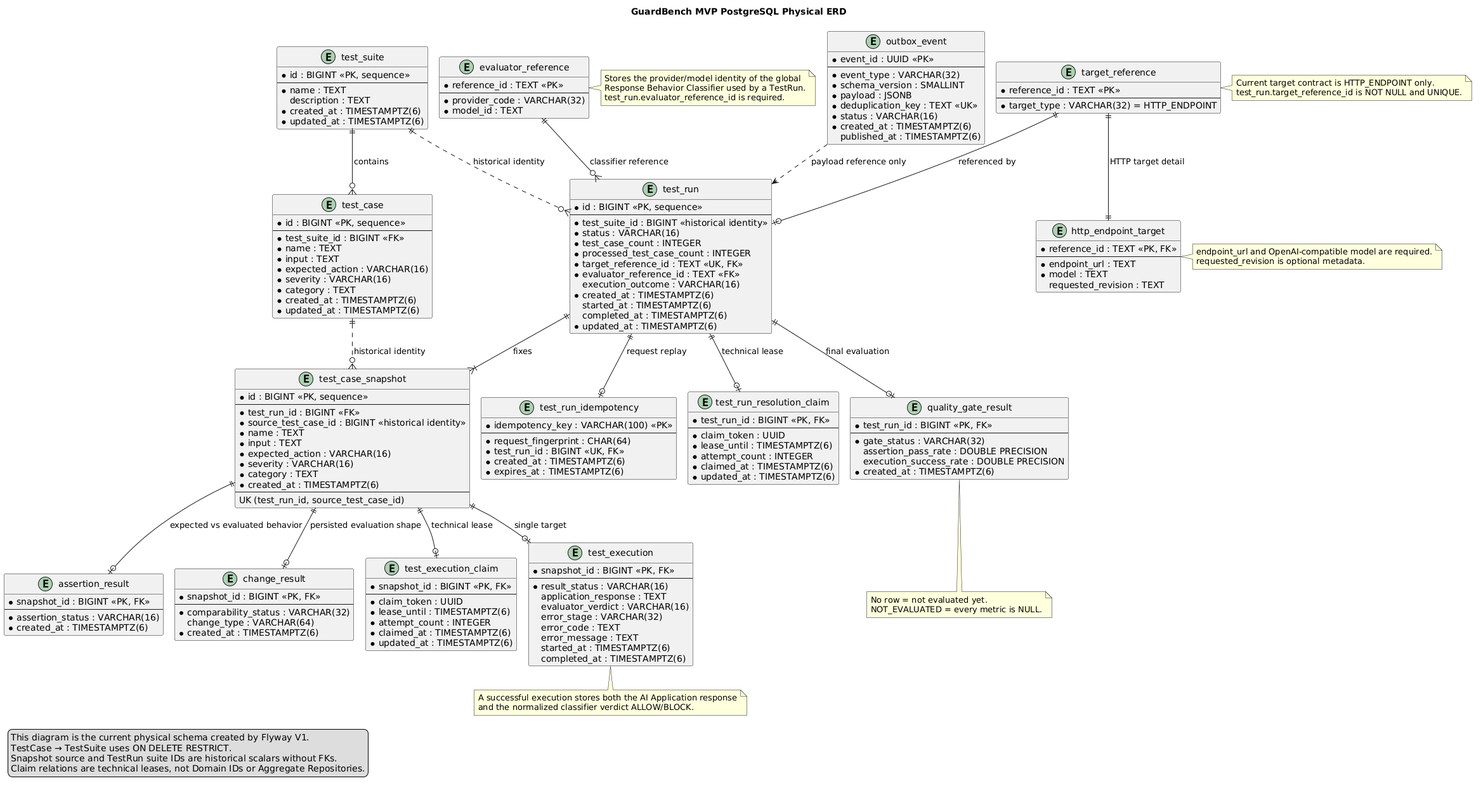
Before: docs/diagrams/guardbench-mvp-physical-erd.png, a diagram exported from PlantUML (GuardBench/guardbench-backend).
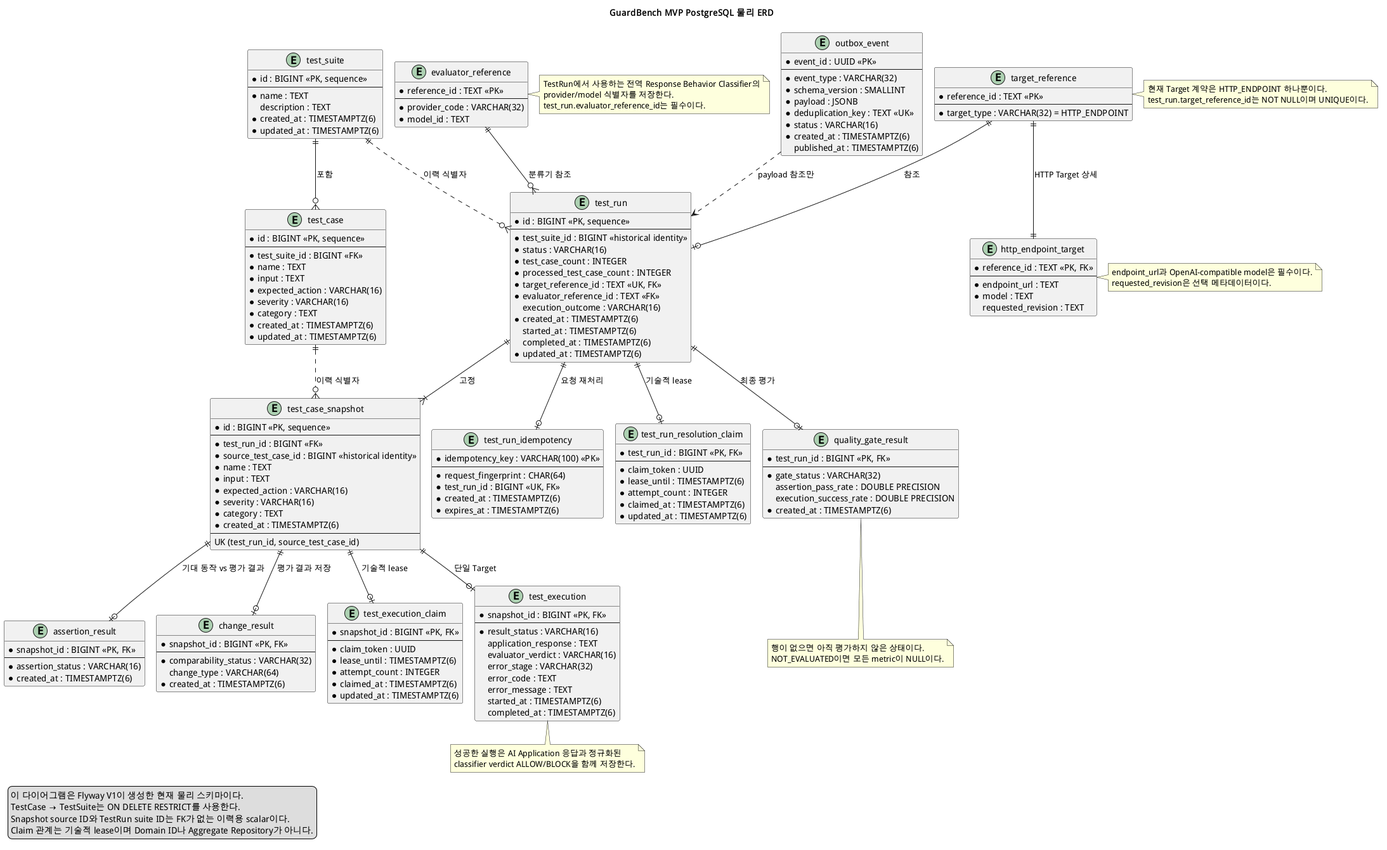
The same file after the commit.

Commit message:
docs(erd): localize physical ERD annotations

What changed in the source:
```diff
@@ -1,11 +1,12 @@
 @startuml
 !pragma layout smetana
-title GuardBench MVP PostgreSQL Physical ERD
+title GuardBench MVP PostgreSQL 물리 ERD
 
 hide methods
 hide stereotypes
 skinparam linetype ortho
 skinparam shadowing false
+skinparam defaultFontName "Droid Sans Fallback"
 skinparam entity {
   BackgroundColor White
   BorderColor #374151
@@ -164,53 +165,53 @@
     published_at : TIMESTAMPTZ(6)
 }
 
-test_suite ||--o{ test_case : contains
-test_suite ||..o{ test_run : historical identity
-target_reference ||--o| test_run : referenced by
-target_reference ||--|| http_endpoint_target : HTTP target detail
-evaluator_reference ||--o{ test_run : classifier reference
-test_run ||--|{ snapshot : fixes
-test_case ||..o{ snapshot : historical identity
-snapshot ||--o| execution : single target
-snapshot ||--o| execution_claim : technical lease
-test_run ||--o| idempotency : request replay
-test_run ||--o| resolution_claim : technical lease
-snapshot ||--o| assertion : expected vs evaluated behavior
-snapshot ||--o| change_result : persisted evaluation shape
-test_run ||--o| quality_gate : final evaluation
-outbox ..> test_run : payload reference only
+test_suite ||--o{ test_case : 포함
+test_suite ||..o{ test_run : 이력 식별자
+target_reference ||--o| test_run : 참조
+target_reference ||--|| http_endpoint_target : HTTP Target 상세
+evaluator_reference ||--o{ test_run : 분류기 참조
+test_run ||--|{ snapshot : 고정
+test_case ||..o{ snapshot : 이력 식별자
+snapshot ||--o| execution : 단일 Target
+snapshot ||--o| execution_claim : 기술적 lease
+test_run ||--o| idempotency : 요청 재처리
+test_run ||--o| resolution_claim : 기술적 lease
+snapshot ||--o| assertion : 기대 동작 vs 평가 결과
+snapshot ||--o| change_result : 평가 결과 저장
+test_run ||--o| quality_gate : 최종 평가
+outbox ..> test_run : payload 참조만
 
 note right of target_reference
-  Current target contract is HTTP_ENDPOINT only.
-  test_run.target_reference_id is NOT NULL and UNIQUE.
+  현재 Target 계약은 HTTP_ENDPOINT 하나뿐이다.
+  test_run.target_reference_id는 NOT NULL이며 UNIQUE이다.
 end note
 
 note right of evaluator_reference
-  Stores the provider/model identity of the global
-  Response Behavior Classifier used by a TestRun.
-  test_run.evaluator_reference_id is required.
+  TestRun에서 사용하는 전역 Response Behavior Classifier의
+  provider/model 식별자를 저장한다.
+  test_run.evaluator_reference_id는 필수이다.
 end note
 
 note right of http_endpoint_target
-  endpoint_url and OpenAI-compatible model are required.
-  requested_revision is optional metadata.
+  endpoint_url과 OpenAI-compatible model은 필수이다.
+  requested_revision은 선택 메타데이터이다.
 end note
 
 note bottom of execution
-  A successful execution stores both the AI Application response
-  and the normalized classifier verdict ALLOW/BLOCK.
+  성공한 실행은 AI Application 응답과 정규화된
+  classifier verdict ALLOW/BLOCK을 함께 저장한다.
 end note
 
 note bottom of quality_gate
-  No row = not evaluated yet.
-  NOT_EVALUATED = every metric is NULL.
+  행이 없으면 아직 평가하지 않은 상태이다.
+  NOT_EVALUATED이면 모든 metric이 NULL이다.
 end note
 
 legend left
-  This diagram is the current physical schema created by Flyway V1.
-  TestCase → TestSuite uses ON DELETE RESTRICT.
-  Snapshot source and TestRun suite IDs are historical scalars without FKs.
-  Claim relations are technical leases, not Domain IDs or Aggregate Repositories.
+  이 다이어그램은 Flyway V1이 생성한 현재 물리 스키마이다.
+  TestCase → TestSuite는 ON DELETE RESTRICT를 사용한다.
+  Snapshot source ID와 TestRun suite ID는 FK가 없는 이력용 scalar이다.
+  Claim 관계는 기술적 lease이며 Domain ID나 Aggregate Repository가 아니다.
 endlegend
 
 @enduml
```
